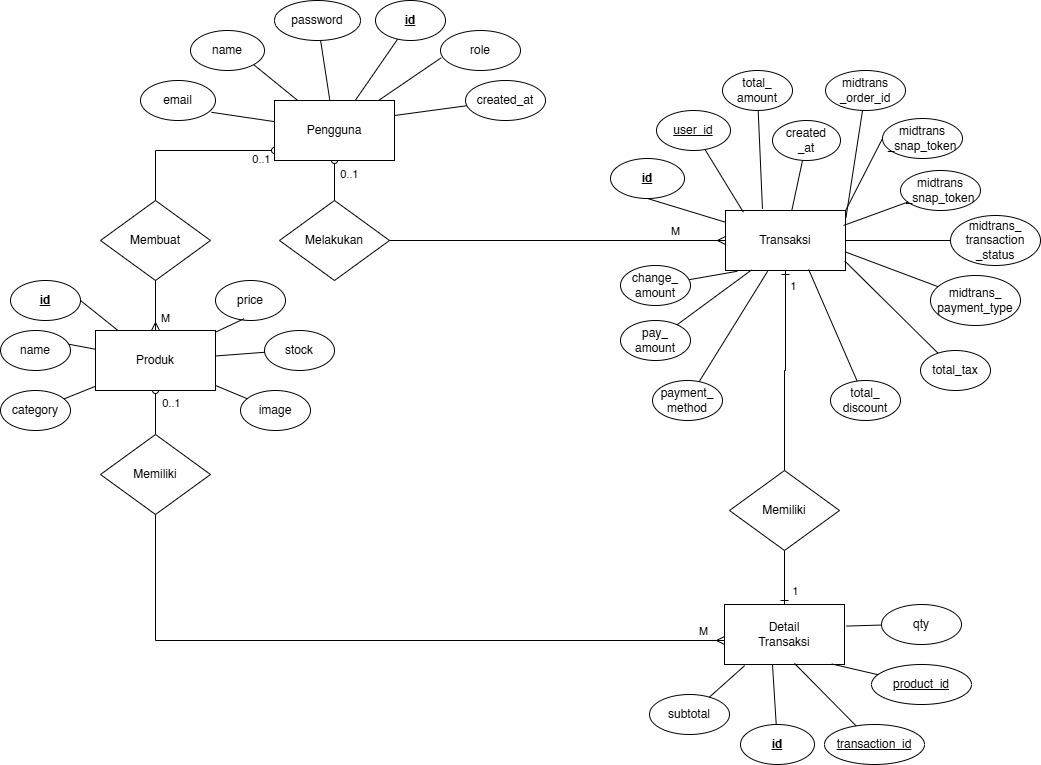
This is kelompok/kelompok_34/diagram/ERD - LokaPOS.png from Praktikum-LabKom-TI-Unila/TUBES_PRK_PEMWEB_2025, a draw.io export, as it was before one commit. Source tidied: cells renumbered, new cells last; positions are measured from the earlier drawing's top-left corner, leaving out a move shared by most shapes. The source it was exported from:
```xml
<mxGraphModel>
  <root>
    <mxCell id="0" />
    <mxCell id="1" parent="0" />
    <mxCell id="2" style="rounded=0;jettySize=auto;html=1;entryX=1;entryY=1;entryDx=0;entryDy=0;endArrow=none;startFill=0;" parent="1" edge="1" source="9" target="20">
      <mxGeometry relative="1" as="geometry" />
    </mxCell>
    <mxCell id="3" style="rounded=0;jettySize=auto;html=1;endArrow=none;startFill=0;" parent="1" edge="1" source="9" target="23">
      <mxGeometry relative="1" as="geometry" />
    </mxCell>
    <mxCell id="4" style="rounded=0;jettySize=auto;html=1;endArrow=none;startFill=0;" parent="1" edge="1" source="9" target="18">
      <mxGeometry relative="1" as="geometry" />
    </mxCell>
    <mxCell id="5" style="rounded=0;jettySize=auto;html=1;entryX=0.5;entryY=0;entryDx=0;entryDy=0;endArrow=none;startFill=0;startArrow=oval;" parent="1" edge="1" source="9" target="27">
      <mxGeometry relative="1" as="geometry" />
    </mxCell>
    <mxCell id="6" value="0..1" style="edgeLabel;html=1;align=center;verticalAlign=middle;" parent="5" vertex="1">
      <mxGeometry x="-0.22" y="-2" relative="1" as="geometry">
        <mxPoint x="16" y="-3" as="offset" />
      </mxGeometry>
    </mxCell>
    <mxCell id="7" style="edgeStyle=orthogonalEdgeStyle;rounded=0;jettySize=auto;html=1;entryX=0.5;entryY=0;entryDx=0;entryDy=0;endArrow=none;endFill=0;startArrow=oval;startFill=0;" parent="1" edge="1" source="9" target="57">
      <mxGeometry relative="1" as="geometry">
        <Array as="points">
          <mxPoint x="155" y="150" />
        </Array>
      </mxGeometry>
    </mxCell>
    <mxCell id="8" value="0..1" style="edgeLabel;html=1;align=center;verticalAlign=middle;" parent="7" vertex="1">
      <mxGeometry x="-0.73" y="-1" relative="1" as="geometry">
        <mxPoint x="9" y="9" as="offset" />
      </mxGeometry>
    </mxCell>
    <mxCell id="9" value="Pengguna" style="rounded=0;whiteSpace=wrap;html=1;" parent="1" vertex="1">
      <mxGeometry x="274" y="100" width="120" height="60" as="geometry" />
    </mxCell>
    <mxCell id="10" style="edgeStyle=orthogonalEdgeStyle;rounded=0;jettySize=auto;html=1;entryX=0;entryY=0.5;entryDx=0;entryDy=0;endArrow=ERmany;startFill=0;endFill=0;" parent="1" edge="1" target="17">
      <mxGeometry relative="1" as="geometry">
        <mxPoint x="384" y="240" as="sourcePoint" />
      </mxGeometry>
    </mxCell>
    <mxCell id="11" value="M" style="edgeLabel;html=1;align=center;verticalAlign=middle;" parent="10" vertex="1">
      <mxGeometry x="0.7" y="1" relative="1" as="geometry">
        <mxPoint y="-9" as="offset" />
      </mxGeometry>
    </mxCell>
    <mxCell id="12" style="rounded=0;jettySize=auto;html=1;entryX=0.5;entryY=1;entryDx=0;entryDy=0;endArrow=none;startFill=0;" parent="1" edge="1" source="17" target="19">
      <mxGeometry relative="1" as="geometry" />
    </mxCell>
    <mxCell id="13" style="edgeStyle=orthogonalEdgeStyle;rounded=0;jettySize=auto;html=1;endArrow=none;endFill=0;startArrow=ERone;startFill=0;" parent="1" edge="1" source="17" target="49">
      <mxGeometry relative="1" as="geometry" />
    </mxCell>
    <mxCell id="14" value="1" style="edgeLabel;html=1;align=center;verticalAlign=middle;" parent="13" vertex="1">
      <mxGeometry x="-0.04" y="-1" relative="1" as="geometry">
        <mxPoint x="8" y="-81" as="offset" />
      </mxGeometry>
    </mxCell>
    <mxCell id="15" style="rounded=0;jettySize=auto;html=1;entryX=0;entryY=0.5;entryDx=0;entryDy=0;endArrow=none;endFill=0;" parent="1" edge="1" target="73">
      <mxGeometry relative="1" as="geometry">
        <mxPoint x="840" y="220" as="sourcePoint" />
      </mxGeometry>
    </mxCell>
    <mxCell id="16" style="rounded=0;jettySize=auto;html=1;entryX=0;entryY=0.5;entryDx=0;entryDy=0;endArrow=none;endFill=0;" parent="1" edge="1" source="17" target="76">
      <mxGeometry relative="1" as="geometry" />
    </mxCell>
    <mxCell id="17" value="Transaksi" style="rounded=0;whiteSpace=wrap;html=1;" parent="1" vertex="1">
      <mxGeometry x="725" y="210" width="120" height="60" as="geometry" />
    </mxCell>
    <mxCell id="18" value="id" style="ellipse;whiteSpace=wrap;html=1;fontStyle=5;" parent="1" vertex="1">
      <mxGeometry x="375" width="70" height="40" as="geometry" />
    </mxCell>
    <mxCell id="19" value="id" style="ellipse;whiteSpace=wrap;html=1;fontStyle=5;" parent="1" vertex="1">
      <mxGeometry x="610" y="158" width="74" height="40" as="geometry" />
    </mxCell>
    <mxCell id="20" value="name" style="ellipse;whiteSpace=wrap;html=1;fontStyle=0;" parent="1" vertex="1">
      <mxGeometry x="190" y="30" width="74" height="40" as="geometry" />
    </mxCell>
    <mxCell id="21" value="email" style="ellipse;whiteSpace=wrap;html=1;fontStyle=0;" parent="1" vertex="1">
      <mxGeometry x="140" y="80" width="75" height="40" as="geometry" />
    </mxCell>
    <mxCell id="22" value="role" style="ellipse;whiteSpace=wrap;html=1;fontStyle=0;" parent="1" vertex="1">
      <mxGeometry x="440" y="30" width="80" height="40" as="geometry" />
    </mxCell>
    <mxCell id="23" value="password" style="ellipse;whiteSpace=wrap;html=1;fontStyle=0;" parent="1" vertex="1">
      <mxGeometry x="274" width="86" height="40" as="geometry" />
    </mxCell>
    <mxCell id="24" style="rounded=0;jettySize=auto;html=1;entryX=0.946;entryY=0.795;entryDx=0;entryDy=0;entryPerimeter=0;endArrow=none;startFill=0;" parent="1" edge="1" source="9" target="21">
      <mxGeometry relative="1" as="geometry" />
    </mxCell>
    <mxCell id="25" style="rounded=0;jettySize=auto;html=1;entryX=0.009;entryY=0.682;entryDx=0;entryDy=0;entryPerimeter=0;endArrow=none;startFill=0;" parent="1" edge="1" source="9" target="22">
      <mxGeometry relative="1" as="geometry" />
    </mxCell>
    <mxCell id="26" style="edgeStyle=orthogonalEdgeStyle;rounded=0;jettySize=auto;html=1;endArrow=none;startFill=0;" parent="1" edge="1" target="27">
      <mxGeometry relative="1" as="geometry">
        <mxPoint x="344" y="240" as="sourcePoint" />
      </mxGeometry>
    </mxCell>
    <mxCell id="27" value="Melakukan" style="rhombus;whiteSpace=wrap;html=1;" parent="1" vertex="1">
      <mxGeometry x="279" y="200" width="110" height="80" as="geometry" />
    </mxCell>
    <mxCell id="28" style="rounded=0;jettySize=auto;html=1;entryX=1;entryY=0.25;entryDx=0;entryDy=0;endArrow=none;endFill=0;" parent="1" edge="1" source="29" target="9">
      <mxGeometry relative="1" as="geometry" />
    </mxCell>
    <mxCell id="29" value="created_at" style="ellipse;whiteSpace=wrap;html=1;fontStyle=0;" parent="1" vertex="1">
      <mxGeometry x="465" y="80" width="80" height="40" as="geometry" />
    </mxCell>
    <mxCell id="30" value="user_id" style="ellipse;whiteSpace=wrap;html=1;fontStyle=4;" parent="1" vertex="1">
      <mxGeometry x="656" y="110" width="74" height="40" as="geometry" />
    </mxCell>
    <mxCell id="31" style="rounded=0;jettySize=auto;html=1;entryX=0.308;entryY=-0.027;entryDx=0;entryDy=0;endArrow=none;endFill=0;entryPerimeter=0;" parent="1" edge="1" source="32" target="17">
      <mxGeometry relative="1" as="geometry" />
    </mxCell>
    <mxCell id="32" value="total_&lt;br&gt;amount" style="ellipse;whiteSpace=wrap;html=1;fontStyle=0;" parent="1" vertex="1">
      <mxGeometry x="722" y="70" width="70" height="40" as="geometry" />
    </mxCell>
    <mxCell id="33" style="rounded=0;jettySize=auto;html=1;endArrow=none;endFill=0;" parent="1" edge="1" source="34" target="17">
      <mxGeometry relative="1" as="geometry" />
    </mxCell>
    <mxCell id="34" value="created&lt;br&gt;_at" style="ellipse;whiteSpace=wrap;html=1;fontStyle=0;" parent="1" vertex="1">
      <mxGeometry x="772" y="120" width="68" height="40" as="geometry" />
    </mxCell>
    <mxCell id="35" style="rounded=0;jettySize=auto;html=1;entryX=0.149;entryY=0.029;entryDx=0;entryDy=0;entryPerimeter=0;endArrow=none;endFill=0;" parent="1" edge="1" source="30" target="17">
      <mxGeometry relative="1" as="geometry" />
    </mxCell>
    <mxCell id="36" value="Detail&lt;br&gt;Transaksi" style="rounded=0;whiteSpace=wrap;html=1;" parent="1" vertex="1">
      <mxGeometry x="724" y="604" width="120" height="60" as="geometry" />
    </mxCell>
    <mxCell id="37" value="id" style="ellipse;whiteSpace=wrap;html=1;fontStyle=5;" parent="1" vertex="1">
      <mxGeometry x="740" y="724" width="74" height="40" as="geometry" />
    </mxCell>
    <mxCell id="38" value="product_id" style="ellipse;whiteSpace=wrap;html=1;fontStyle=4;" parent="1" vertex="1">
      <mxGeometry x="871" y="664" width="100" height="40" as="geometry" />
    </mxCell>
    <mxCell id="39" value="transaction_id" style="ellipse;whiteSpace=wrap;html=1;fontStyle=4;" parent="1" vertex="1">
      <mxGeometry x="824" y="724" width="100" height="40" as="geometry" />
    </mxCell>
    <mxCell id="40" value="qty" style="ellipse;whiteSpace=wrap;html=1;fontStyle=0;" parent="1" vertex="1">
      <mxGeometry x="881" y="604" width="80" height="40" as="geometry" />
    </mxCell>
    <mxCell id="41" value="subtotal" style="ellipse;whiteSpace=wrap;html=1;fontStyle=0;" parent="1" vertex="1">
      <mxGeometry x="649" y="694" width="80" height="40" as="geometry" />
    </mxCell>
    <mxCell id="42" style="rounded=0;jettySize=auto;html=1;entryX=0.168;entryY=1.019;entryDx=0;entryDy=0;entryPerimeter=0;endArrow=none;endFill=0;" parent="1" edge="1" source="41" target="36">
      <mxGeometry relative="1" as="geometry" />
    </mxCell>
    <mxCell id="43" style="rounded=0;jettySize=auto;html=1;entryX=1.015;entryY=0.36;entryDx=0;entryDy=0;entryPerimeter=0;endArrow=none;endFill=0;" parent="1" edge="1" source="40" target="36">
      <mxGeometry relative="1" as="geometry" />
    </mxCell>
    <mxCell id="44" style="rounded=0;jettySize=auto;html=1;entryX=0.894;entryY=0.991;entryDx=0;entryDy=0;entryPerimeter=0;endArrow=none;endFill=0;" parent="1" edge="1" source="38" target="36">
      <mxGeometry relative="1" as="geometry" />
    </mxCell>
    <mxCell id="45" style="rounded=0;jettySize=auto;html=1;entryX=0.583;entryY=0.981;entryDx=0;entryDy=0;entryPerimeter=0;endArrow=none;endFill=0;" parent="1" edge="1" source="39" target="36">
      <mxGeometry relative="1" as="geometry" />
    </mxCell>
    <mxCell id="46" style="rounded=0;jettySize=auto;html=1;entryX=0.4;entryY=1.006;entryDx=0;entryDy=0;entryPerimeter=0;endArrow=none;endFill=0;" parent="1" edge="1" source="37" target="36">
      <mxGeometry relative="1" as="geometry" />
    </mxCell>
    <mxCell id="47" style="edgeStyle=orthogonalEdgeStyle;rounded=0;jettySize=auto;html=1;entryX=0.5;entryY=0;entryDx=0;entryDy=0;endArrow=ERone;endFill=0;" parent="1" edge="1" source="49" target="36">
      <mxGeometry relative="1" as="geometry" />
    </mxCell>
    <mxCell id="48" value="1" style="edgeLabel;html=1;align=center;verticalAlign=middle;" parent="47" vertex="1">
      <mxGeometry x="-0.04" y="-1" relative="1" as="geometry">
        <mxPoint x="11" y="14" as="offset" />
      </mxGeometry>
    </mxCell>
    <mxCell id="49" value="Memiliki" style="rhombus;whiteSpace=wrap;html=1;" parent="1" vertex="1">
      <mxGeometry x="729" y="470" width="110" height="80" as="geometry" />
    </mxCell>
    <mxCell id="50" style="rounded=0;jettySize=auto;html=1;entryX=1;entryY=0.5;entryDx=0;entryDy=0;endArrow=none;endFill=0;" parent="1" edge="1" source="54" target="58">
      <mxGeometry relative="1" as="geometry" />
    </mxCell>
    <mxCell id="51" style="rounded=0;jettySize=auto;html=1;endArrow=none;endFill=0;" parent="1" edge="1" source="54" target="62">
      <mxGeometry relative="1" as="geometry" />
    </mxCell>
    <mxCell id="52" style="edgeStyle=orthogonalEdgeStyle;rounded=0;jettySize=auto;html=1;entryX=0.5;entryY=0;entryDx=0;entryDy=0;endArrow=none;endFill=0;startArrow=oval;startFill=0;" parent="1" edge="1" source="54" target="68">
      <mxGeometry relative="1" as="geometry" />
    </mxCell>
    <mxCell id="53" value="0..1" style="edgeLabel;html=1;align=center;verticalAlign=middle;" parent="52" vertex="1">
      <mxGeometry x="-0.46" relative="1" as="geometry">
        <mxPoint x="15" as="offset" />
      </mxGeometry>
    </mxCell>
    <mxCell id="54" value="Produk" style="rounded=0;whiteSpace=wrap;html=1;" parent="1" vertex="1">
      <mxGeometry x="95" y="330" width="120" height="60" as="geometry" />
    </mxCell>
    <mxCell id="55" style="edgeStyle=orthogonalEdgeStyle;rounded=0;jettySize=auto;html=1;endArrow=ERmany;endFill=0;" parent="1" edge="1" source="57" target="54">
      <mxGeometry relative="1" as="geometry" />
    </mxCell>
    <mxCell id="56" value="M" style="edgeLabel;html=1;align=center;verticalAlign=middle;" parent="55" vertex="1">
      <mxGeometry x="0.34" relative="1" as="geometry">
        <mxPoint x="9" y="4" as="offset" />
      </mxGeometry>
    </mxCell>
    <mxCell id="57" value="Membuat" style="rhombus;whiteSpace=wrap;html=1;" parent="1" vertex="1">
      <mxGeometry x="100" y="200" width="110" height="80" as="geometry" />
    </mxCell>
    <mxCell id="58" value="id" style="ellipse;whiteSpace=wrap;html=1;fontStyle=5;" parent="1" vertex="1">
      <mxGeometry x="10" y="280" width="70" height="40" as="geometry" />
    </mxCell>
    <mxCell id="59" value="name" style="ellipse;whiteSpace=wrap;html=1;fontStyle=0;" parent="1" vertex="1">
      <mxGeometry y="330" width="70" height="40" as="geometry" />
    </mxCell>
    <mxCell id="60" value="price" style="ellipse;whiteSpace=wrap;html=1;fontStyle=0;" parent="1" vertex="1">
      <mxGeometry x="215" y="280" width="70" height="40" as="geometry" />
    </mxCell>
    <mxCell id="61" value="stock" style="ellipse;whiteSpace=wrap;html=1;fontStyle=0;" parent="1" vertex="1">
      <mxGeometry x="264" y="330" width="70" height="40" as="geometry" />
    </mxCell>
    <mxCell id="62" value="image" style="ellipse;whiteSpace=wrap;html=1;fontStyle=0;" parent="1" vertex="1">
      <mxGeometry x="240" y="390" width="70" height="40" as="geometry" />
    </mxCell>
    <mxCell id="63" style="rounded=0;jettySize=auto;html=1;entryX=0.975;entryY=0.343;entryDx=0;entryDy=0;entryPerimeter=0;endArrow=none;endFill=0;" parent="1" edge="1" source="54" target="59">
      <mxGeometry relative="1" as="geometry" />
    </mxCell>
    <mxCell id="64" style="rounded=0;jettySize=auto;html=1;entryX=0.406;entryY=0.957;entryDx=0;entryDy=0;entryPerimeter=0;endArrow=none;endFill=0;" parent="1" edge="1" source="54" target="60">
      <mxGeometry relative="1" as="geometry" />
    </mxCell>
    <mxCell id="65" style="rounded=0;jettySize=auto;html=1;entryX=0.004;entryY=0.544;entryDx=0;entryDy=0;entryPerimeter=0;endArrow=none;endFill=0;" parent="1" edge="1" source="54" target="61">
      <mxGeometry relative="1" as="geometry" />
    </mxCell>
    <mxCell id="66" style="edgeStyle=orthogonalEdgeStyle;rounded=0;jettySize=auto;html=1;endArrow=ERmany;endFill=0;" parent="1" edge="1" source="68" target="36">
      <mxGeometry relative="1" as="geometry">
        <Array as="points">
          <mxPoint x="155" y="640" />
        </Array>
      </mxGeometry>
    </mxCell>
    <mxCell id="67" value="M" style="edgeLabel;html=1;align=center;verticalAlign=middle;" parent="66" vertex="1">
      <mxGeometry x="0.84" y="1" relative="1" as="geometry">
        <mxPoint x="35" y="-9" as="offset" />
      </mxGeometry>
    </mxCell>
    <mxCell id="68" value="Memiliki" style="rhombus;whiteSpace=wrap;html=1;" parent="1" vertex="1">
      <mxGeometry x="100" y="434" width="110" height="80" as="geometry" />
    </mxCell>
    <mxCell id="69" value="category" style="ellipse;whiteSpace=wrap;html=1;fontStyle=0;" parent="1" vertex="1">
      <mxGeometry y="390" width="70" height="40" as="geometry" />
    </mxCell>
    <mxCell id="70" style="rounded=0;jettySize=auto;html=1;entryX=-0.003;entryY=0.932;entryDx=0;entryDy=0;entryPerimeter=0;endArrow=none;endFill=0;" parent="1" edge="1" source="69" target="54">
      <mxGeometry relative="1" as="geometry" />
    </mxCell>
    <mxCell id="71" style="rounded=0;jettySize=auto;html=1;entryX=1.004;entryY=0.117;entryDx=0;entryDy=0;endArrow=none;endFill=0;entryPerimeter=0;" parent="1" edge="1" source="72" target="17">
      <mxGeometry relative="1" as="geometry" />
    </mxCell>
    <mxCell id="72" value="midtrans&lt;br&gt;_order_id" style="ellipse;whiteSpace=wrap;html=1;fontStyle=0;" parent="1" vertex="1">
      <mxGeometry x="825" y="70" width="80" height="40" as="geometry" />
    </mxCell>
    <mxCell id="73" value="midtrans&lt;br&gt;_snap_token" style="ellipse;whiteSpace=wrap;html=1;fontStyle=0;" parent="1" vertex="1">
      <mxGeometry x="882" y="118" width="80" height="40" as="geometry" />
    </mxCell>
    <mxCell id="74" value="midtrans&lt;br&gt;_snap_token" style="ellipse;whiteSpace=wrap;html=1;fontStyle=0;" parent="1" vertex="1">
      <mxGeometry x="900" y="170" width="80" height="40" as="geometry" />
    </mxCell>
    <mxCell id="75" style="rounded=0;jettySize=auto;html=1;entryX=0.984;entryY=0.249;entryDx=0;entryDy=0;entryPerimeter=0;endArrow=none;endFill=0;" parent="1" edge="1" source="74" target="17">
      <mxGeometry relative="1" as="geometry" />
    </mxCell>
    <mxCell id="76" value="midtrans_&lt;br&gt;transaction&lt;br&gt;_status" style="ellipse;whiteSpace=wrap;html=1;fontStyle=0;" parent="1" vertex="1">
      <mxGeometry x="950" y="215" width="90" height="50" as="geometry" />
    </mxCell>
    <mxCell id="77" value="midtrans_&lt;br&gt;payment_type" style="ellipse;whiteSpace=wrap;html=1;fontStyle=0;" parent="1" vertex="1">
      <mxGeometry x="930" y="275" width="90" height="50" as="geometry" />
    </mxCell>
    <mxCell id="78" value="total_tax" style="ellipse;whiteSpace=wrap;html=1;fontStyle=0;" parent="1" vertex="1">
      <mxGeometry x="920" y="350" width="70" height="40" as="geometry" />
    </mxCell>
    <mxCell id="79" value="total_&lt;br&gt;discount" style="ellipse;whiteSpace=wrap;html=1;fontStyle=0;" parent="1" vertex="1">
      <mxGeometry x="830" y="380" width="70" height="40" as="geometry" />
    </mxCell>
    <mxCell id="80" value="payment_&lt;br&gt;method" style="ellipse;whiteSpace=wrap;html=1;fontStyle=0;" parent="1" vertex="1">
      <mxGeometry x="652" y="380" width="70" height="40" as="geometry" />
    </mxCell>
    <mxCell id="81" value="pay_&lt;br&gt;amount" style="ellipse;whiteSpace=wrap;html=1;fontStyle=0;" parent="1" vertex="1">
      <mxGeometry x="620" y="320" width="70" height="40" as="geometry" />
    </mxCell>
    <mxCell id="82" value="change_&lt;br&gt;amount" style="ellipse;whiteSpace=wrap;html=1;fontStyle=0;" parent="1" vertex="1">
      <mxGeometry x="620" y="265" width="70" height="40" as="geometry" />
    </mxCell>
    <mxCell id="83" style="rounded=0;jettySize=auto;html=1;entryX=0.098;entryY=1.013;entryDx=0;entryDy=0;entryPerimeter=0;endArrow=none;endFill=0;" parent="1" edge="1" source="82" target="17">
      <mxGeometry relative="1" as="geometry" />
    </mxCell>
    <mxCell id="84" style="rounded=0;jettySize=auto;html=1;entryX=0.217;entryY=0.991;entryDx=0;entryDy=0;entryPerimeter=0;endArrow=none;endFill=0;" parent="1" edge="1" source="81" target="17">
      <mxGeometry relative="1" as="geometry" />
    </mxCell>
    <mxCell id="85" style="rounded=0;jettySize=auto;html=1;entryX=0.351;entryY=1.013;entryDx=0;entryDy=0;entryPerimeter=0;endArrow=none;endFill=0;" parent="1" edge="1" source="80" target="17">
      <mxGeometry relative="1" as="geometry" />
    </mxCell>
    <mxCell id="86" style="rounded=0;jettySize=auto;html=1;entryX=0.693;entryY=0.984;entryDx=0;entryDy=0;entryPerimeter=0;endArrow=none;endFill=0;" parent="1" edge="1" source="79" target="17">
      <mxGeometry relative="1" as="geometry" />
    </mxCell>
    <mxCell id="87" style="rounded=0;jettySize=auto;html=1;entryX=0.993;entryY=0.84;entryDx=0;entryDy=0;entryPerimeter=0;endArrow=none;endFill=0;" parent="1" edge="1" source="78" target="17">
      <mxGeometry relative="1" as="geometry" />
    </mxCell>
    <mxCell id="88" style="rounded=0;jettySize=auto;html=1;entryX=0.996;entryY=0.688;entryDx=0;entryDy=0;entryPerimeter=0;endArrow=none;endFill=0;" parent="1" edge="1" source="77" target="17">
      <mxGeometry relative="1" as="geometry" />
    </mxCell>
  </root>
</mxGraphModel>
```
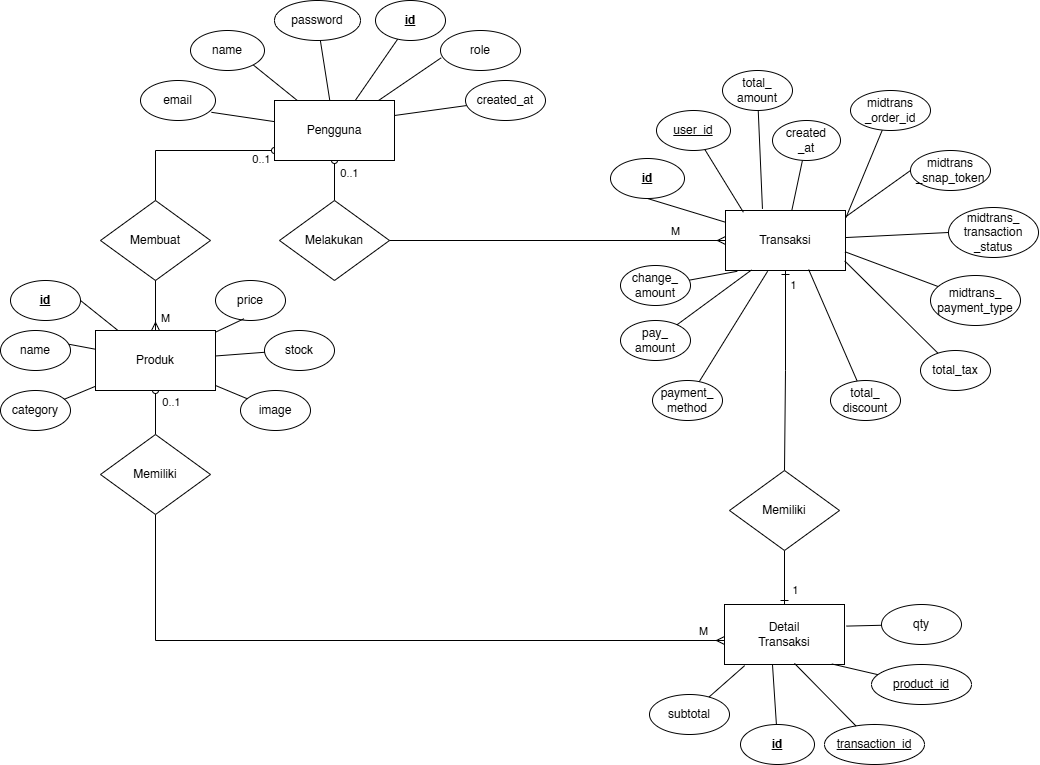
The same file after the commit.

Diff of the diagram source:
```diff
@@ -243,19 +243,13 @@
       <mxGeometry relative="1" as="geometry" />
     </mxCell>
     <mxCell id="72" value="midtrans&lt;br&gt;_order_id" style="ellipse;whiteSpace=wrap;html=1;fontStyle=0;" parent="1" vertex="1">
-      <mxGeometry x="825" y="70" width="80" height="40" as="geometry" />
+      <mxGeometry x="850" y="90" width="80" height="40" as="geometry" />
     </mxCell>
     <mxCell id="73" value="midtrans&lt;br&gt;_snap_token" style="ellipse;whiteSpace=wrap;html=1;fontStyle=0;" parent="1" vertex="1">
-      <mxGeometry x="882" y="118" width="80" height="40" as="geometry" />
+      <mxGeometry x="910" y="150" width="80" height="40" as="geometry" />
     </mxCell>
-    <mxCell id="74" value="midtrans&lt;br&gt;_snap_token" style="ellipse;whiteSpace=wrap;html=1;fontStyle=0;" parent="1" vertex="1">
-      <mxGeometry x="900" y="170" width="80" height="40" as="geometry" />
-    </mxCell>
-    <mxCell id="75" style="rounded=0;jettySize=auto;html=1;entryX=0.984;entryY=0.249;entryDx=0;entryDy=0;entryPerimeter=0;endArrow=none;endFill=0;" parent="1" edge="1" source="74" target="17">
-      <mxGeometry relative="1" as="geometry" />
-    </mxCell>
     <mxCell id="76" value="midtrans_&lt;br&gt;transaction&lt;br&gt;_status" style="ellipse;whiteSpace=wrap;html=1;fontStyle=0;" parent="1" vertex="1">
-      <mxGeometry x="950" y="215" width="90" height="50" as="geometry" />
+      <mxGeometry x="948" y="207" width="90" height="50" as="geometry" />
     </mxCell>
     <mxCell id="77" value="midtrans_&lt;br&gt;payment_type" style="ellipse;whiteSpace=wrap;html=1;fontStyle=0;" parent="1" vertex="1">
       <mxGeometry x="930" y="275" width="90" height="50" as="geometry" />
```
